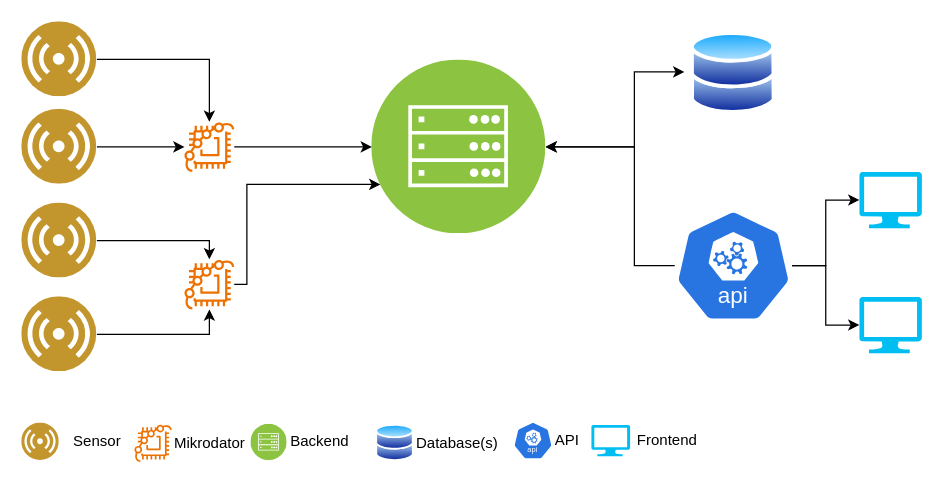
Above: documentation/ArkitekturDesign.drawio in albinens/IMSX16_Kandidatarbete (draw.io), before the change. Source tidied: cells renumbered, new cells numbered last; positions are measured from the earlier drawing's top-left corner, leaving out a move shared by most shapes. Both pictures are drawn from the tidied source at 125%, with x=0, y=0 at pixel (21, 21).
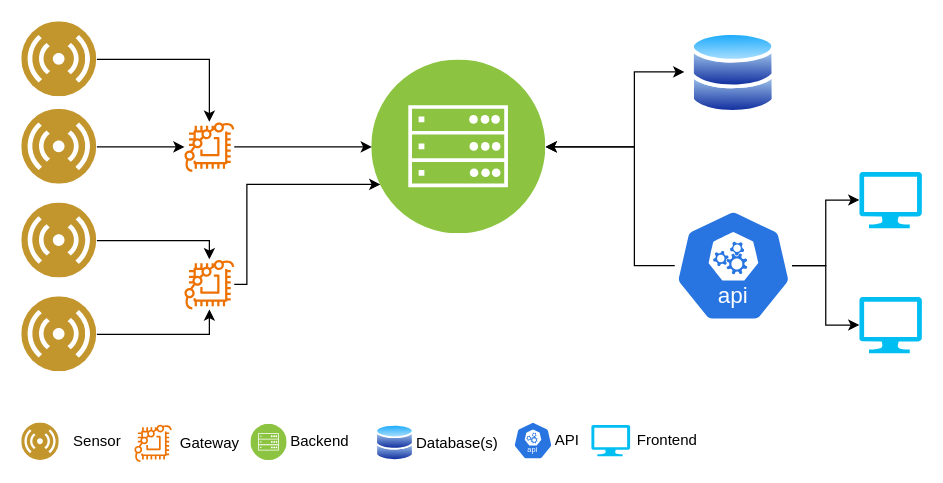
The same diagram, later.

The edit, as a diff of the source:
```diff
@@
-    <mxCell id="22" value="Mikrodator" style="text;html=1;align=center;verticalAlign=middle;strokeColor=none;fillColor=none;" parent="1" vertex="1">
-      <mxGeometry x="110" y="322" width="80" height="30" as="geometry" />
+    <mxCell id="22" value="Gateway" style="text;html=1;align=center;verticalAlign=middle;strokeColor=none;fillColor=none;" parent="1" vertex="1">
+      <mxGeometry x="115" y="322" width="70" height="30" as="geometry" />
     </mxCell>
```
